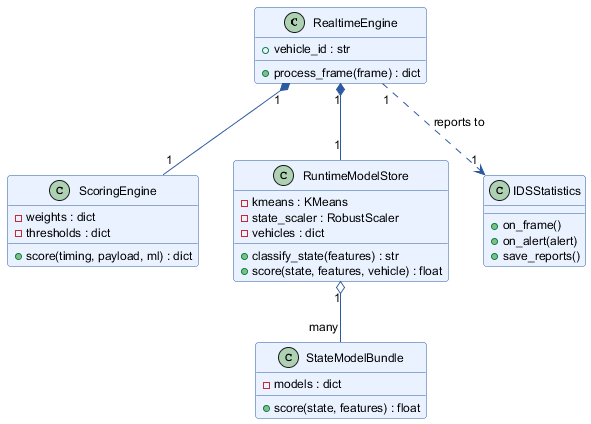
Above: thesis/diagrams/class_detection_core.png in mootazkraiem/DiagTool (PlantUML), before the change. The source it was exported from:
```plantuml
@startuml
skinparam backgroundColor white
skinparam defaultFontName Helvetica
skinparam defaultFontSize 12
skinparam shadowing false
skinparam roundcorner 6
skinparam class {
  BackgroundColor #EAF2FF
  BorderColor #2C5AA0
  ArrowColor #2C5AA0
}

class RealtimeEngine {
  + vehicle_id : str
  + process_frame(frame) : dict
}

class ScoringEngine {
  - weights : dict
  - thresholds : dict
  + score(timing, payload, ml) : dict
}

class RuntimeModelStore {
  - kmeans : KMeans
  - state_scaler : RobustScaler
  - vehicles : dict
  + classify_state(features) : str
  + score(state, features, vehicle) : float
}

class StateModelBundle {
  - models : dict
  + score(state, features) : float
}

class IDSStatistics {
  + on_frame()
  + on_alert(alert)
  + save_reports()
}

RealtimeEngine "1" *-- "1" ScoringEngine
RealtimeEngine "1" *-- "1" RuntimeModelStore
RuntimeModelStore "1" o-- "many" StateModelBundle
RealtimeEngine "1" ..> "1" IDSStatistics : reports to
@enduml
```
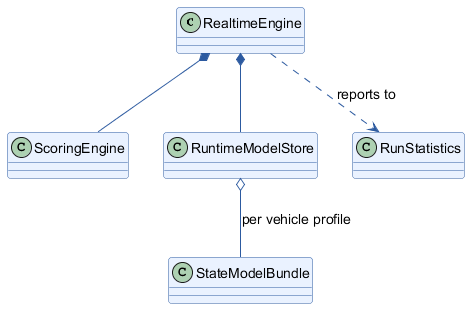
After the commit.

Change to the diagram source:
```diff
@@ -1,7 +1,7 @@
 @startuml
 skinparam backgroundColor white
 skinparam defaultFontName Helvetica
-skinparam defaultFontSize 12
+skinparam defaultFontSize 14
 skinparam shadowing false
 skinparam roundcorner 6
 skinparam class {
@@ -10,38 +10,14 @@
   ArrowColor #2C5AA0
 }
 
-class RealtimeEngine {
-  + vehicle_id : str
-  + process_frame(frame) : dict
-}
+class RealtimeEngine
+class ScoringEngine
+class RuntimeModelStore
+class StateModelBundle
+class RunStatistics
 
-class ScoringEngine {
-  - weights : dict
-  - thresholds : dict
-  + score(timing, payload, ml) : dict
-}
-
-class RuntimeModelStore {
-  - kmeans : KMeans
-  - state_scaler : RobustScaler
-  - vehicles : dict
-  + classify_state(features) : str
-  + score(state, features, vehicle) : float
-}
-
-class StateModelBundle {
-  - models : dict
-  + score(state, features) : float
-}
-
-class IDSStatistics {
-  + on_frame()
-  + on_alert(alert)
-  + save_reports()
-}
-
-RealtimeEngine "1" *-- "1" ScoringEngine
-RealtimeEngine "1" *-- "1" RuntimeModelStore
-RuntimeModelStore "1" o-- "many" StateModelBundle
-RealtimeEngine "1" ..> "1" IDSStatistics : reports to
+RealtimeEngine *-- ScoringEngine
+RealtimeEngine *-- RuntimeModelStore
+RuntimeModelStore o-- StateModelBundle : per vehicle profile
+RealtimeEngine ..> RunStatistics : reports to
 @enduml
```
